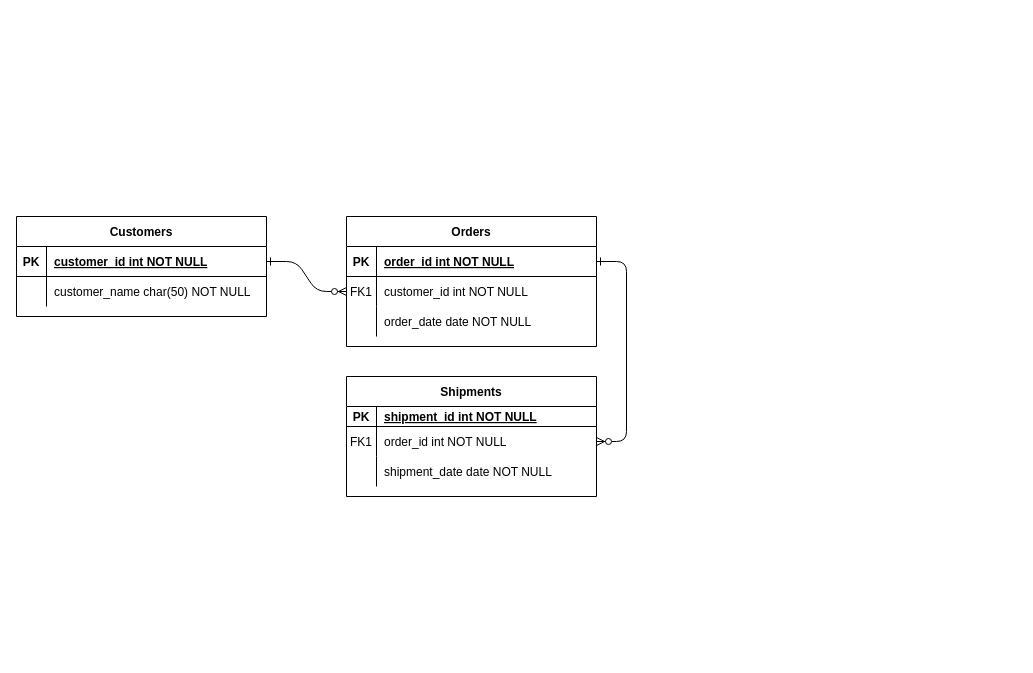
Before: Untitled Diagram.drawio in RaulGuo/MyCrawler, a draw.io diagram. Source tidied: cells renumbered, new cells numbered last; positions are measured from the earlier drawing's top-left corner, leaving out a move shared by most shapes. Both pictures are drawn from the tidied source at 100%, with x=0, y=0 at pixel (16, 216).
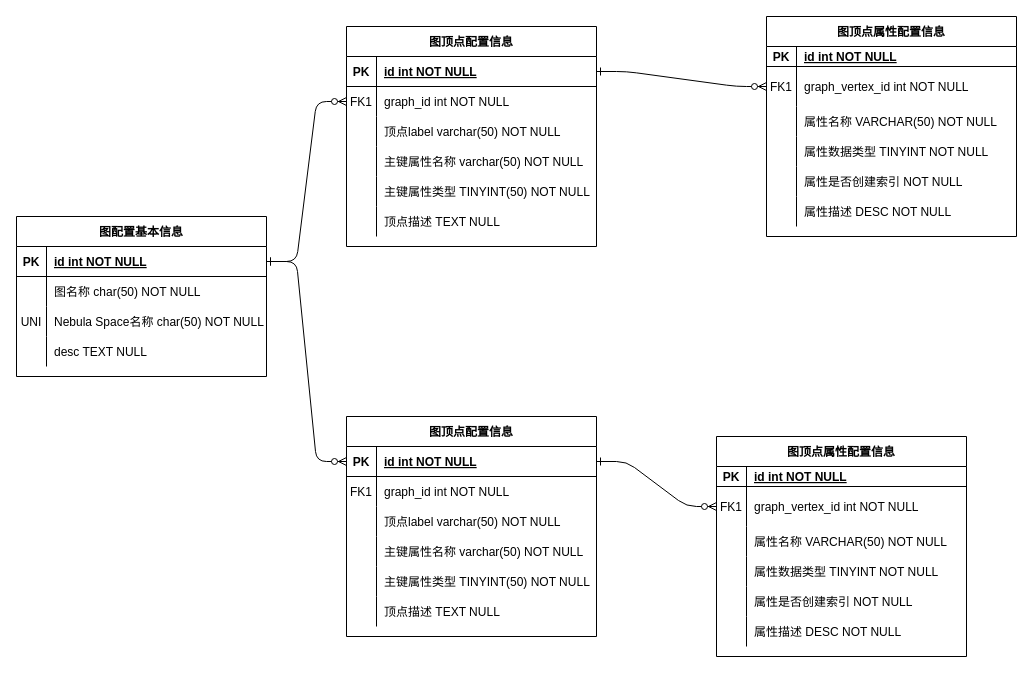
The same page after the edit.

The change refers to these unchanged cells:
```xml
<mxCell id="5" style="shape=partialRectangle;fillColor=none;points=[[0,0.5],[1,0.5]];portConstraint=eastwest;top=0;left=0;right=0;bottom=1;" parent="4" vertex="1">
  <mxGeometry y="30" width="250" height="30" as="geometry" />
</mxCell>
<mxCell id="8" style="shape=partialRectangle;fillColor=none;points=[[0,0.5],[1,0.5]];portConstraint=eastwest;top=0;left=0;right=0;bottom=0;" parent="4" vertex="1">
  <mxGeometry y="60" width="250" height="30" as="geometry" />
</mxCell>
<mxCell id="11" style="shape=partialRectangle;fillColor=none;top=0;left=0;right=0;bottom=0;" parent="4" vertex="1">
  <mxGeometry y="90" width="250" height="30" as="geometry" />
</mxCell>
<mxCell id="15" style="shape=partialRectangle;fillColor=none;top=0;left=0;right=0;bottom=1;" parent="14" vertex="1">
  <mxGeometry y="30" width="250" height="20" as="geometry" />
</mxCell>
<mxCell id="25" style="shape=partialRectangle;fillColor=none;points=[[0,0.5],[1,0.5]];portConstraint=eastwest;top=0;left=0;right=0;bottom=1;" parent="24" vertex="1">
  <mxGeometry y="30" width="250" height="30" as="geometry" />
</mxCell>
<mxCell id="28" style="shape=partialRectangle;fillColor=none;top=0;left=0;right=0;bottom=0;" parent="24" vertex="1">
  <mxGeometry y="60" width="250" height="30" as="geometry" />
</mxCell>
```

Diff of the diagram source:
```diff
@@
-    <mxCell id="4" value="Orders" style="shape=table;startSize=30;childLayout=tableLayout;rowLines=0;fontStyle=1;align=center;" parent="1" vertex="1">
-      <mxGeometry x="330" width="250" height="130" as="geometry" />
+    <mxCell id="4" value="图顶点配置信息" style="shape=table;startSize=30;childLayout=tableLayout;rowLines=0;fontStyle=1;align=center;" parent="1" vertex="1">
+      <mxGeometry x="330" y="-190" width="250" height="220" as="geometry" />
     </mxCell>
@@
-    <mxCell id="7" value="order_id int NOT NULL " style="shape=partialRectangle;overflow=hidden;fillColor=none;top=0;left=0;bottom=0;right=0;align=left;spacingLeft=6;fontStyle=5;" parent="5" vertex="1">
+    <mxCell id="7" value="id int NOT NULL " style="shape=partialRectangle;overflow=hidden;fillColor=none;top=0;left=0;bottom=0;right=0;align=left;spacingLeft=6;fontStyle=5;" parent="5" vertex="1">
       <mxGeometry x="30" width="220" height="30" as="geometry" />
     </mxCell>
@@
-    <mxCell id="10" value="customer_id int NOT NULL" style="shape=partialRectangle;overflow=hidden;fillColor=none;top=0;left=0;bottom=0;right=0;align=left;spacingLeft=6;" parent="8" vertex="1">
+    <mxCell id="10" value="graph_id int NOT NULL" style="shape=partialRectangle;overflow=hidden;fillColor=none;top=0;left=0;bottom=0;right=0;align=left;spacingLeft=6;" parent="8" vertex="1">
       <mxGeometry x="30" width="220" height="30" as="geometry" />
     </mxCell>
@@
-    <mxCell id="13" value="order_date date NOT NULL" style="shape=partialRectangle;overflow=hidden;fillColor=none;top=0;left=0;bottom=0;right=0;align=left;spacingLeft=6;" parent="11" vertex="1">
+    <mxCell id="13" value="顶点label varchar(50) NOT NULL" style="shape=partialRectangle;overflow=hidden;fillColor=none;top=0;left=0;bottom=0;right=0;align=left;spacingLeft=6;" parent="11" vertex="1">
       <mxGeometry x="30" width="220" height="30" as="geometry" />
     </mxCell>
+    <mxCell id="31" style="shape=partialRectangle;fillColor=none;top=0;left=0;right=0;bottom=0;" parent="4" vertex="1">
+      <mxGeometry y="120" width="250" height="30" as="geometry" />
+    </mxCell>
+    <mxCell id="32" style="shape=partialRectangle;overflow=hidden;fillColor=none;top=0;left=0;bottom=0;right=0;" parent="31" vertex="1">
+      <mxGeometry width="30" height="30" as="geometry" />
+    </mxCell>
+    <mxCell id="33" value="主键属性名称 varchar(50) NOT NULL" style="shape=partialRectangle;overflow=hidden;fillColor=none;top=0;left=0;bottom=0;right=0;align=left;spacingLeft=6;" parent="31" vertex="1">
+      <mxGeometry x="30" width="220" height="30" as="geometry" />
+    </mxCell>
+    <mxCell id="34" style="shape=partialRectangle;fillColor=none;top=0;left=0;right=0;bottom=0;" parent="4" vertex="1">
+      <mxGeometry y="150" width="250" height="30" as="geometry" />
+    </mxCell>
+    <mxCell id="35" style="shape=partialRectangle;overflow=hidden;fillColor=none;top=0;left=0;bottom=0;right=0;" parent="34" vertex="1">
+      <mxGeometry width="30" height="30" as="geometry" />
+    </mxCell>
+    <mxCell id="36" value="主键属性类型 TINYINT(50) NOT NULL" style="shape=partialRectangle;overflow=hidden;fillColor=none;top=0;left=0;bottom=0;right=0;align=left;spacingLeft=6;" parent="34" vertex="1">
+      <mxGeometry x="30" width="220" height="30" as="geometry" />
+    </mxCell>
+    <mxCell id="37" style="shape=partialRectangle;fillColor=none;top=0;left=0;right=0;bottom=0;" parent="4" vertex="1">
+      <mxGeometry y="180" width="250" height="30" as="geometry" />
+    </mxCell>
+    <mxCell id="38" style="shape=partialRectangle;overflow=hidden;fillColor=none;top=0;left=0;bottom=0;right=0;" parent="37" vertex="1">
+      <mxGeometry width="30" height="30" as="geometry" />
+    </mxCell>
+    <mxCell id="39" value="顶点描述 TEXT NULL" style="shape=partialRectangle;overflow=hidden;fillColor=none;top=0;left=0;bottom=0;right=0;align=left;spacingLeft=6;" parent="37" vertex="1">
+      <mxGeometry x="30" width="220" height="30" as="geometry" />
+    </mxCell>
-    <mxCell id="14" value="Shipments" style="shape=table;startSize=30;childLayout=tableLayout;rowLines=0;fontStyle=1;align=center;" parent="1" vertex="1">
-      <mxGeometry x="330" y="160" width="250" height="120" as="geometry" />
+    <mxCell id="14" value="图顶点属性配置信息" style="shape=table;startSize=30;childLayout=tableLayout;rowLines=0;fontStyle=1;align=center;" parent="1" vertex="1">
+      <mxGeometry x="750" y="-200" width="250" height="220" as="geometry" />
     </mxCell>
@@
-    <mxCell id="17" value="shipment_id int NOT NULL " style="shape=partialRectangle;overflow=hidden;fillColor=none;top=0;left=0;bottom=0;right=0;align=left;spacingLeft=6;fontStyle=5;" parent="15" vertex="1">
+    <mxCell id="17" value="id int NOT NULL " style="shape=partialRectangle;overflow=hidden;fillColor=none;top=0;left=0;bottom=0;right=0;align=left;spacingLeft=6;fontStyle=5;" parent="15" vertex="1">
       <mxGeometry x="30" width="220" height="20" as="geometry" />
     </mxCell>
     <mxCell id="18" style="shape=partialRectangle;fillColor=none;points=[[0,0.5],[1,0.5]];portConstraint=eastwest;top=0;left=0;right=0;bottom=0;" parent="14" vertex="1">
-      <mxGeometry y="50" width="250" height="30" as="geometry" />
+      <mxGeometry y="50" width="250" height="40" as="geometry" />
     </mxCell>
     <mxCell id="19" value="FK1" style="shape=partialRectangle;overflow=hidden;fillColor=none;top=0;left=0;bottom=0;right=0;" parent="18" vertex="1">
-      <mxGeometry width="30" height="30" as="geometry" />
+      <mxGeometry width="30" height="40" as="geometry" />
     </mxCell>
-    <mxCell id="20" value="order_id int NOT NULL" style="shape=partialRectangle;overflow=hidden;fillColor=none;top=0;left=0;bottom=0;right=0;align=left;spacingLeft=6;" parent="18" vertex="1">
-      <mxGeometry x="30" width="220" height="30" as="geometry" />
+    <mxCell id="20" value="graph_vertex_id int NOT NULL" style="shape=partialRectangle;overflow=hidden;fillColor=none;top=0;left=0;bottom=0;right=0;align=left;spacingLeft=6;" parent="18" vertex="1">
+      <mxGeometry x="30" width="220" height="40" as="geometry" />
     </mxCell>
     <mxCell id="21" style="shape=partialRectangle;fillColor=none;top=0;left=0;right=0;bottom=0;" parent="14" vertex="1">
-      <mxGeometry y="80" width="250" height="30" as="geometry" />
+      <mxGeometry y="90" width="250" height="30" as="geometry" />
     </mxCell>
@@
-    <mxCell id="23" value="shipment_date date NOT NULL" style="shape=partialRectangle;overflow=hidden;fillColor=none;top=0;left=0;bottom=0;right=0;align=left;spacingLeft=6;" parent="21" vertex="1">
+    <mxCell id="23" value="属性名称 VARCHAR(50) NOT NULL" style="shape=partialRectangle;overflow=hidden;fillColor=none;top=0;left=0;bottom=0;right=0;align=left;spacingLeft=6;" parent="21" vertex="1">
       <mxGeometry x="30" width="220" height="30" as="geometry" />
     </mxCell>
+    <mxCell id="40" style="shape=partialRectangle;fillColor=none;top=0;left=0;right=0;bottom=0;" parent="14" vertex="1">
+      <mxGeometry y="120" width="250" height="30" as="geometry" />
+    </mxCell>
+    <mxCell id="41" style="shape=partialRectangle;overflow=hidden;fillColor=none;top=0;left=0;bottom=0;right=0;" parent="40" vertex="1">
+      <mxGeometry width="30" height="30" as="geometry" />
+    </mxCell>
+    <mxCell id="42" value="属性数据类型 TINYINT NOT NULL" style="shape=partialRectangle;overflow=hidden;fillColor=none;top=0;left=0;bottom=0;right=0;align=left;spacingLeft=6;" parent="40" vertex="1">
+      <mxGeometry x="30" width="220" height="30" as="geometry" />
+    </mxCell>
+    <mxCell id="43" style="shape=partialRectangle;fillColor=none;top=0;left=0;right=0;bottom=0;" parent="14" vertex="1">
+      <mxGeometry y="150" width="250" height="30" as="geometry" />
+    </mxCell>
+    <mxCell id="44" style="shape=partialRectangle;overflow=hidden;fillColor=none;top=0;left=0;bottom=0;right=0;" parent="43" vertex="1">
+      <mxGeometry width="30" height="30" as="geometry" />
+    </mxCell>
+    <mxCell id="45" value="属性是否创建索引 NOT NULL" style="shape=partialRectangle;overflow=hidden;fillColor=none;top=0;left=0;bottom=0;right=0;align=left;spacingLeft=6;" parent="43" vertex="1">
+      <mxGeometry x="30" width="220" height="30" as="geometry" />
+    </mxCell>
+    <mxCell id="46" style="shape=partialRectangle;fillColor=none;top=0;left=0;right=0;bottom=0;" parent="14" vertex="1">
+      <mxGeometry y="180" width="250" height="30" as="geometry" />
+    </mxCell>
+    <mxCell id="47" style="shape=partialRectangle;overflow=hidden;fillColor=none;top=0;left=0;bottom=0;right=0;" parent="46" vertex="1">
+      <mxGeometry width="30" height="30" as="geometry" />
+    </mxCell>
+    <mxCell id="48" value="属性描述 DESC NOT NULL" style="shape=partialRectangle;overflow=hidden;fillColor=none;top=0;left=0;bottom=0;right=0;align=left;spacingLeft=6;" parent="46" vertex="1">
+      <mxGeometry x="30" width="220" height="30" as="geometry" />
+    </mxCell>
-    <mxCell id="24" value="Customers" style="shape=table;startSize=30;childLayout=tableLayout;rowLines=0;fontStyle=1;align=center;" parent="1" vertex="1">
-      <mxGeometry width="250" height="100" as="geometry" />
+    <mxCell id="24" value="图配置基本信息" style="shape=table;startSize=30;childLayout=tableLayout;rowLines=0;fontStyle=1;align=center;" parent="1" vertex="1">
+      <mxGeometry width="250" height="160" as="geometry" />
     </mxCell>
@@
-    <mxCell id="27" value="customer_id int NOT NULL " style="shape=partialRectangle;overflow=hidden;fillColor=none;top=0;left=0;bottom=0;right=0;align=left;spacingLeft=6;fontStyle=5;" parent="25" vertex="1">
+    <mxCell id="27" value="id int NOT NULL " style="shape=partialRectangle;overflow=hidden;fillColor=none;top=0;left=0;bottom=0;right=0;align=left;spacingLeft=6;fontStyle=5;" parent="25" vertex="1">
       <mxGeometry x="30" width="220" height="30" as="geometry" />
     </mxCell>
@@
-    <mxCell id="30" value="customer_name char(50) NOT NULL" style="shape=partialRectangle;overflow=hidden;fillColor=none;top=0;left=0;bottom=0;right=0;align=left;spacingLeft=6;" parent="28" vertex="1">
+    <mxCell id="30" value="图名称 char(50) NOT NULL" style="shape=partialRectangle;overflow=hidden;fillColor=none;top=0;left=0;bottom=0;right=0;align=left;spacingLeft=6;" parent="28" vertex="1">
       <mxGeometry x="30" width="220" height="30" as="geometry" />
     </mxCell>
+    <mxCell id="49" style="shape=partialRectangle;fillColor=none;top=0;left=0;right=0;bottom=0;" parent="24" vertex="1">
+      <mxGeometry y="90" width="250" height="30" as="geometry" />
+    </mxCell>
+    <mxCell id="50" value="UNI" style="shape=partialRectangle;overflow=hidden;fillColor=none;top=0;left=0;bottom=0;right=0;" parent="49" vertex="1">
+      <mxGeometry width="30" height="30" as="geometry" />
+    </mxCell>
+    <mxCell id="51" value="Nebula Space名称 char(50) NOT NULL" style="shape=partialRectangle;overflow=hidden;fillColor=none;top=0;left=0;bottom=0;right=0;align=left;spacingLeft=6;" parent="49" vertex="1">
+      <mxGeometry x="30" width="220" height="30" as="geometry" />
+    </mxCell>
+    <mxCell id="52" style="shape=partialRectangle;fillColor=none;top=0;left=0;right=0;bottom=0;" parent="24" vertex="1">
+      <mxGeometry y="120" width="250" height="30" as="geometry" />
+    </mxCell>
+    <mxCell id="53" style="shape=partialRectangle;overflow=hidden;fillColor=none;top=0;left=0;bottom=0;right=0;" parent="52" vertex="1">
+      <mxGeometry width="30" height="30" as="geometry" />
+    </mxCell>
+    <mxCell id="54" value="desc TEXT NULL" style="shape=partialRectangle;overflow=hidden;fillColor=none;top=0;left=0;bottom=0;right=0;align=left;spacingLeft=6;" parent="52" vertex="1">
+      <mxGeometry x="30" width="220" height="30" as="geometry" />
+    </mxCell>
+    <mxCell id="55" style="edgeStyle=entityRelationEdgeStyle;endArrow=ERzeroToMany;startArrow=ERone;endFill=1;startFill=0;" parent="1" edge="1" source="57" target="79">
+      <mxGeometry relative="1" as="geometry" />
+    </mxCell>
+    <mxCell id="56" value="图顶点配置信息" style="shape=table;startSize=30;childLayout=tableLayout;rowLines=0;fontStyle=1;align=center;" parent="1" vertex="1">
+      <mxGeometry x="330" y="200" width="250" height="220" as="geometry" />
+    </mxCell>
+    <mxCell id="57" style="shape=partialRectangle;fillColor=none;points=[[0,0.5],[1,0.5]];portConstraint=eastwest;top=0;left=0;right=0;bottom=1;" parent="56" vertex="1">
+      <mxGeometry y="30" width="250" height="30" as="geometry" />
+    </mxCell>
+    <mxCell id="58" value="PK" style="shape=partialRectangle;overflow=hidden;fillColor=none;top=0;left=0;bottom=0;right=0;fontStyle=1;" parent="57" vertex="1">
+      <mxGeometry width="30" height="30" as="geometry" />
+    </mxCell>
+    <mxCell id="59" value="id int NOT NULL " style="shape=partialRectangle;overflow=hidden;fillColor=none;top=0;left=0;bottom=0;right=0;align=left;spacingLeft=6;fontStyle=5;" parent="57" vertex="1">
+      <mxGeometry x="30" width="220" height="30" as="geometry" />
+    </mxCell>
+    <mxCell id="60" style="shape=partialRectangle;fillColor=none;top=0;left=0;right=0;bottom=0;" parent="56" vertex="1">
+      <mxGeometry y="60" width="250" height="30" as="geometry" />
+    </mxCell>
+    <mxCell id="61" value="FK1" style="shape=partialRectangle;overflow=hidden;fillColor=none;top=0;left=0;bottom=0;right=0;" parent="60" vertex="1">
+      <mxGeometry width="30" height="30" as="geometry" />
+    </mxCell>
+    <mxCell id="62" value="graph_id int NOT NULL" style="shape=partialRectangle;overflow=hidden;fillColor=none;top=0;left=0;bottom=0;right=0;align=left;spacingLeft=6;" parent="60" vertex="1">
+      <mxGeometry x="30" width="220" height="30" as="geometry" />
+    </mxCell>
+    <mxCell id="63" style="shape=partialRectangle;fillColor=none;top=0;left=0;right=0;bottom=0;" parent="56" vertex="1">
+      <mxGeometry y="90" width="250" height="30" as="geometry" />
+    </mxCell>
+    <mxCell id="64" style="shape=partialRectangle;overflow=hidden;fillColor=none;top=0;left=0;bottom=0;right=0;" parent="63" vertex="1">
+      <mxGeometry width="30" height="30" as="geometry" />
+    </mxCell>
+    <mxCell id="65" value="顶点label varchar(50) NOT NULL" style="shape=partialRectangle;overflow=hidden;fillColor=none;top=0;left=0;bottom=0;right=0;align=left;spacingLeft=6;" parent="63" vertex="1">
+      <mxGeometry x="30" width="220" height="30" as="geometry" />
+    </mxCell>
+    <mxCell id="66" style="shape=partialRectangle;fillColor=none;top=0;left=0;right=0;bottom=0;" parent="56" vertex="1">
+      <mxGeometry y="120" width="250" height="30" as="geometry" />
+    </mxCell>
+    <mxCell id="67" style="shape=partialRectangle;overflow=hidden;fillColor=none;top=0;left=0;bottom=0;right=0;" parent="66" vertex="1">
+      <mxGeometry width="30" height="30" as="geometry" />
+    </mxCell>
+    <mxCell id="68" value="主键属性名称 varchar(50) NOT NULL" style="shape=partialRectangle;overflow=hidden;fillColor=none;top=0;left=0;bottom=0;right=0;align=left;spacingLeft=6;" parent="66" vertex="1">
+      <mxGeometry x="30" width="220" height="30" as="geometry" />
+    </mxCell>
+    <mxCell id="69" style="shape=partialRectangle;fillColor=none;top=0;left=0;right=0;bottom=0;" parent="56" vertex="1">
+      <mxGeometry y="150" width="250" height="30" as="geometry" />
+    </mxCell>
+    <mxCell id="70" style="shape=partialRectangle;overflow=hidden;fillColor=none;top=0;left=0;bottom=0;right=0;" parent="69" vertex="1">
+      <mxGeometry width="30" height="30" as="geometry" />
+    </mxCell>
+    <mxCell id="71" value="主键属性类型 TINYINT(50) NOT NULL" style="shape=partialRectangle;overflow=hidden;fillColor=none;top=0;left=0;bottom=0;right=0;align=left;spacingLeft=6;" parent="69" vertex="1">
+      <mxGeometry x="30" width="220" height="30" as="geometry" />
+    </mxCell>
+    <mxCell id="72" style="shape=partialRectangle;fillColor=none;top=0;left=0;right=0;bottom=0;" parent="56" vertex="1">
+      <mxGeometry y="180" width="250" height="30" as="geometry" />
+    </mxCell>
+    <mxCell id="73" style="shape=partialRectangle;overflow=hidden;fillColor=none;top=0;left=0;bottom=0;right=0;" parent="72" vertex="1">
+      <mxGeometry width="30" height="30" as="geometry" />
+    </mxCell>
+    <mxCell id="74" value="顶点描述 TEXT NULL" style="shape=partialRectangle;overflow=hidden;fillColor=none;top=0;left=0;bottom=0;right=0;align=left;spacingLeft=6;" parent="72" vertex="1">
+      <mxGeometry x="30" width="220" height="30" as="geometry" />
+    </mxCell>
+    <mxCell id="75" value="图顶点属性配置信息" style="shape=table;startSize=30;childLayout=tableLayout;rowLines=0;fontStyle=1;align=center;" parent="1" vertex="1">
+      <mxGeometry x="700" y="220" width="250" height="220" as="geometry" />
+    </mxCell>
+    <mxCell id="76" style="shape=partialRectangle;fillColor=none;top=0;left=0;right=0;bottom=1;" parent="75" vertex="1">
+      <mxGeometry y="30" width="250" height="20" as="geometry" />
+    </mxCell>
+    <mxCell id="77" value="PK" style="shape=partialRectangle;overflow=hidden;fillColor=none;top=0;left=0;bottom=0;right=0;fontStyle=1;" parent="76" vertex="1">
+      <mxGeometry width="30" height="20" as="geometry" />
+    </mxCell>
+    <mxCell id="78" value="id int NOT NULL " style="shape=partialRectangle;overflow=hidden;fillColor=none;top=0;left=0;bottom=0;right=0;align=left;spacingLeft=6;fontStyle=5;" parent="76" vertex="1">
+      <mxGeometry x="30" width="220" height="20" as="geometry" />
+    </mxCell>
+    <mxCell id="79" style="shape=partialRectangle;fillColor=none;points=[[0,0.5],[1,0.5]];portConstraint=eastwest;top=0;left=0;right=0;bottom=0;" parent="75" vertex="1">
+      <mxGeometry y="50" width="250" height="40" as="geometry" />
+    </mxCell>
+    <mxCell id="80" value="FK1" style="shape=partialRectangle;overflow=hidden;fillColor=none;top=0;left=0;bottom=0;right=0;" parent="79" vertex="1">
+      <mxGeometry width="30" height="40" as="geometry" />
+    </mxCell>
+    <mxCell id="81" value="graph_vertex_id int NOT NULL" style="shape=partialRectangle;overflow=hidden;fillColor=none;top=0;left=0;bottom=0;right=0;align=left;spacingLeft=6;" parent="79" vertex="1">
+      <mxGeometry x="30" width="220" height="40" as="geometry" />
+    </mxCell>
+    <mxCell id="82" style="shape=partialRectangle;fillColor=none;top=0;left=0;right=0;bottom=0;" parent="75" vertex="1">
+      <mxGeometry y="90" width="250" height="30" as="geometry" />
+    </mxCell>
+    <mxCell id="83" style="shape=partialRectangle;overflow=hidden;fillColor=none;top=0;left=0;bottom=0;right=0;" parent="82" vertex="1">
+      <mxGeometry width="30" height="30" as="geometry" />
+    </mxCell>
+    <mxCell id="84" value="属性名称 VARCHAR(50) NOT NULL" style="shape=partialRectangle;overflow=hidden;fillColor=none;top=0;left=0;bottom=0;right=0;align=left;spacingLeft=6;" parent="82" vertex="1">
+      <mxGeometry x="30" width="220" height="30" as="geometry" />
+    </mxCell>
+    <mxCell id="85" style="shape=partialRectangle;fillColor=none;top=0;left=0;right=0;bottom=0;" parent="75" vertex="1">
+      <mxGeometry y="120" width="250" height="30" as="geometry" />
+    </mxCell>
+    <mxCell id="86" style="shape=partialRectangle;overflow=hidden;fillColor=none;top=0;left=0;bottom=0;right=0;" parent="85" vertex="1">
+      <mxGeometry width="30" height="30" as="geometry" />
+    </mxCell>
+    <mxCell id="87" value="属性数据类型 TINYINT NOT NULL" style="shape=partialRectangle;overflow=hidden;fillColor=none;top=0;left=0;bottom=0;right=0;align=left;spacingLeft=6;" parent="85" vertex="1">
+      <mxGeometry x="30" width="220" height="30" as="geometry" />
+    </mxCell>
+    <mxCell id="88" style="shape=partialRectangle;fillColor=none;top=0;left=0;right=0;bottom=0;" parent="75" vertex="1">
+      <mxGeometry y="150" width="250" height="30" as="geometry" />
+    </mxCell>
+    <mxCell id="89" style="shape=partialRectangle;overflow=hidden;fillColor=none;top=0;left=0;bottom=0;right=0;" parent="88" vertex="1">
+      <mxGeometry width="30" height="30" as="geometry" />
+    </mxCell>
+    <mxCell id="90" value="属性是否创建索引 NOT NULL" style="shape=partialRectangle;overflow=hidden;fillColor=none;top=0;left=0;bottom=0;right=0;align=left;spacingLeft=6;" parent="88" vertex="1">
+      <mxGeometry x="30" width="220" height="30" as="geometry" />
+    </mxCell>
+    <mxCell id="91" style="shape=partialRectangle;fillColor=none;top=0;left=0;right=0;bottom=0;" parent="75" vertex="1">
+      <mxGeometry y="180" width="250" height="30" as="geometry" />
+    </mxCell>
+    <mxCell id="92" style="shape=partialRectangle;overflow=hidden;fillColor=none;top=0;left=0;bottom=0;right=0;" parent="91" vertex="1">
+      <mxGeometry width="30" height="30" as="geometry" />
+    </mxCell>
+    <mxCell id="93" value="属性描述 DESC NOT NULL" style="shape=partialRectangle;overflow=hidden;fillColor=none;top=0;left=0;bottom=0;right=0;align=left;spacingLeft=6;" parent="91" vertex="1">
+      <mxGeometry x="30" width="220" height="30" as="geometry" />
+    </mxCell>
+    <mxCell id="94" style="edgeStyle=entityRelationEdgeStyle;endArrow=ERzeroToMany;startArrow=ERone;endFill=1;startFill=0;exitX=1;exitY=0.5;exitDx=0;exitDy=0;entryX=0;entryY=0.5;entryDx=0;entryDy=0;" parent="1" edge="1" source="25" target="57">
+      <mxGeometry relative="1" as="geometry" />
+    </mxCell>
```
